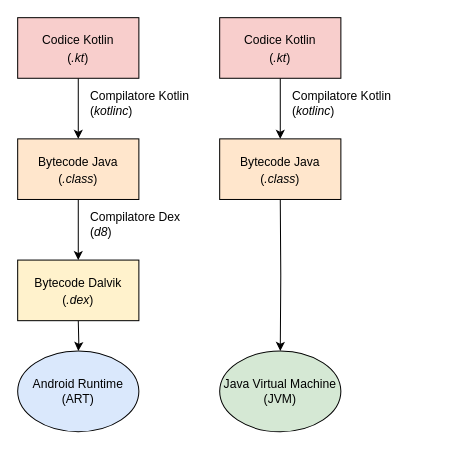
Earlier version of the draw.io diagram page "9-kotlinjvm" (5 of 19) of tesi.drawio (paganellif/tesi-paganelli). Source tidied: cells renumbered, new cells numbered last; positions are measured from the earlier drawing's top-left corner, leaving out a move shared by most shapes. Both pictures are drawn from the tidied source at 101%, with x=0, y=0 at pixel (17, 17).
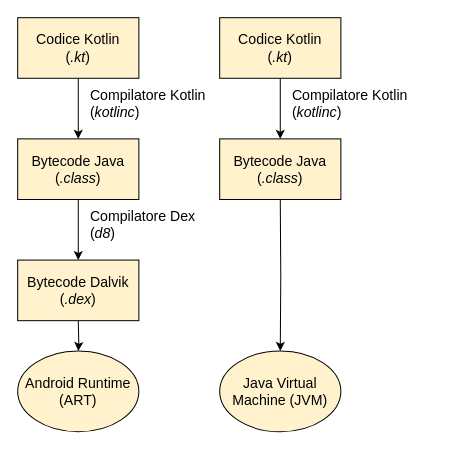
The same diagram, later.

The edit, as a diff of the source:
```diff
@@
-    <mxCell id="2" style="edgeStyle=orthogonalEdgeStyle;rounded=0;orthogonalLoop=1;jettySize=auto;html=1;strokeColor=#000000;" parent="1" edge="1">
+    <mxCell id="2" style="edgeStyle=orthogonalEdgeStyle;rounded=0;orthogonalLoop=1;jettySize=auto;html=1;strokeColor=#000000;fontSize=14;" parent="1" edge="1">
       <mxGeometry relative="1" as="geometry">
         <mxPoint x="60" y="60" as="sourcePoint" />
         <mxPoint x="60" y="120" as="targetPoint" />
       </mxGeometry>
     </mxCell>
-    <mxCell id="3" value="Compilatore Kotlin&lt;br&gt;(&lt;i&gt;kotlinc&lt;/i&gt;)" style="text;html=1;align=left;verticalAlign=middle;strokeColor=none;fillColor=none;" parent="1" vertex="1">
-      <mxGeometry x="70" y="70" width="110" height="30" as="geometry" />
+    <mxCell id="3" value="Compilatore Kotlin&lt;br style=&quot;font-size: 14px;&quot;&gt;(&lt;i style=&quot;font-size: 14px;&quot;&gt;kotlinc&lt;/i&gt;)" style="text;html=1;align=left;verticalAlign=middle;strokeColor=none;fillColor=none;fontSize=14;" parent="1" vertex="1">
+      <mxGeometry x="70" y="60" width="140" height="50" as="geometry" />
     </mxCell>
-    <mxCell id="4" style="edgeStyle=orthogonalEdgeStyle;rounded=0;orthogonalLoop=1;jettySize=auto;html=1;strokeColor=#000000;" parent="1" edge="1">
+    <mxCell id="4" style="edgeStyle=orthogonalEdgeStyle;rounded=0;orthogonalLoop=1;jettySize=auto;html=1;strokeColor=#000000;fontSize=14;" parent="1" edge="1">
       <mxGeometry relative="1" as="geometry">
         <mxPoint x="60" y="180" as="sourcePoint" />
         <mxPoint x="60" y="240" as="targetPoint" />
       </mxGeometry>
     </mxCell>
-    <mxCell id="5" style="edgeStyle=orthogonalEdgeStyle;rounded=0;jettySize=auto;html=1;strokeColor=#000000;" parent="1" edge="1" target="7">
+    <mxCell id="5" style="edgeStyle=orthogonalEdgeStyle;rounded=0;jettySize=auto;html=1;strokeColor=#000000;fontSize=14;" parent="1" edge="1" target="7">
       <mxGeometry relative="1" as="geometry">
         <mxPoint x="60" y="300" as="sourcePoint" />
       </mxGeometry>
     </mxCell>
-    <mxCell id="6" value="Compilatore Dex&lt;br&gt;(&lt;i&gt;d8&lt;/i&gt;)" style="text;html=1;align=left;verticalAlign=middle;strokeColor=none;fillColor=none;" parent="1" vertex="1">
-      <mxGeometry x="70" y="190" width="100" height="30" as="geometry" />
+    <mxCell id="6" value="Compilatore Dex&lt;br style=&quot;font-size: 14px;&quot;&gt;(&lt;i style=&quot;font-size: 14px;&quot;&gt;d8&lt;/i&gt;)" style="text;html=1;align=left;verticalAlign=middle;strokeColor=none;fillColor=none;fontSize=14;" parent="1" vertex="1">
+      <mxGeometry x="70" y="180" width="130" height="50" as="geometry" />
     </mxCell>
-    <mxCell id="7" value="Android Runtime (ART)" style="ellipse;whiteSpace=wrap;html=1;fillColor=#dae8fc;strokeColor=#000000;" parent="1" vertex="1">
+    <mxCell id="7" value="Android Runtime (ART)" style="ellipse;whiteSpace=wrap;html=1;fillColor=#FFF2CC;strokeColor=#000000;fontSize=14;" parent="1" vertex="1">
       <mxGeometry y="330" width="120" height="80" as="geometry" />
     </mxCell>
-    <mxCell id="8" style="edgeStyle=orthogonalEdgeStyle;rounded=0;orthogonalLoop=1;jettySize=auto;html=1;strokeColor=#000000;" parent="1" edge="1">
+    <mxCell id="8" style="edgeStyle=orthogonalEdgeStyle;rounded=0;orthogonalLoop=1;jettySize=auto;html=1;strokeColor=#000000;fontSize=14;" parent="1" edge="1">
       <mxGeometry relative="1" as="geometry">
         <mxPoint x="260" y="60" as="sourcePoint" />
         <mxPoint x="260" y="120" as="targetPoint" />
       </mxGeometry>
     </mxCell>
-    <mxCell id="9" style="edgeStyle=orthogonalEdgeStyle;rounded=0;jettySize=auto;html=1;strokeColor=#000000;" parent="1" edge="1" target="11">
+    <mxCell id="9" style="edgeStyle=orthogonalEdgeStyle;rounded=0;jettySize=auto;html=1;strokeColor=#000000;fontSize=14;" parent="1" edge="1" target="11">
       <mxGeometry relative="1" as="geometry">
         <mxPoint x="260" y="180" as="sourcePoint" />
       </mxGeometry>
     </mxCell>
-    <mxCell id="10" value="Compilatore Kotlin&lt;br&gt;(&lt;i&gt;kotlinc&lt;/i&gt;)" style="text;html=1;align=left;verticalAlign=middle;strokeColor=none;fillColor=none;" parent="1" vertex="1">
-      <mxGeometry x="270" y="70" width="110" height="30" as="geometry" />
+    <mxCell id="10" value="Compilatore Kotlin&lt;br style=&quot;font-size: 14px;&quot;&gt;(&lt;i style=&quot;font-size: 14px;&quot;&gt;kotlinc&lt;/i&gt;)" style="text;html=1;align=left;verticalAlign=middle;strokeColor=none;fillColor=none;fontSize=14;" parent="1" vertex="1">
+      <mxGeometry x="270" y="60" width="140" height="50" as="geometry" />
     </mxCell>
-    <mxCell id="11" value="Java Virtual Machine (JVM)" style="ellipse;whiteSpace=wrap;html=1;fillColor=#d5e8d4;strokeColor=#000000;" parent="1" vertex="1">
+    <mxCell id="11" value="Java Virtual Machine (JVM)" style="ellipse;whiteSpace=wrap;html=1;fillColor=#FFF2CC;strokeColor=#000000;fontSize=14;" parent="1" vertex="1">
       <mxGeometry x="200" y="330" width="120" height="80" as="geometry" />
     </mxCell>
-    <mxCell id="12" value="&lt;span style=&quot;font-size: 12px;&quot;&gt;Codice Kotlin&lt;/span&gt;&lt;br style=&quot;font-size: 12px;&quot;&gt;&lt;span style=&quot;font-size: 12px;&quot;&gt;(&lt;/span&gt;&lt;i style=&quot;font-size: 12px;&quot;&gt;.kt&lt;/i&gt;&lt;span style=&quot;font-size: 12px;&quot;&gt;)&lt;/span&gt;" style="rounded=0;whiteSpace=wrap;html=1;fontSize=14;strokeColor=#000000;fillColor=#f8cecc;" parent="1" vertex="1">
+    <mxCell id="12" value="&lt;span style=&quot;font-size: 14px;&quot;&gt;Codice Kotlin&lt;/span&gt;&lt;br style=&quot;font-size: 14px;&quot;&gt;&lt;span style=&quot;font-size: 14px;&quot;&gt;(&lt;/span&gt;&lt;i style=&quot;font-size: 14px;&quot;&gt;.kt&lt;/i&gt;&lt;span style=&quot;font-size: 14px;&quot;&gt;)&lt;/span&gt;" style="rounded=0;whiteSpace=wrap;html=1;fontSize=14;strokeColor=#000000;fillColor=#FFF2CC;" parent="1" vertex="1">
       <mxGeometry width="120" height="60" as="geometry" />
     </mxCell>
-    <mxCell id="13" value="&lt;span style=&quot;font-size: 12px;&quot;&gt;Bytecode Java&lt;/span&gt;&lt;br style=&quot;font-size: 12px;&quot;&gt;&lt;span style=&quot;font-size: 12px;&quot;&gt;(&lt;/span&gt;&lt;i style=&quot;font-size: 12px;&quot;&gt;.class&lt;/i&gt;&lt;span style=&quot;font-size: 12px;&quot;&gt;)&lt;/span&gt;" style="rounded=0;whiteSpace=wrap;html=1;fontSize=14;strokeColor=#000000;fillColor=#ffe6cc;" parent="1" vertex="1">
+    <mxCell id="13" value="&lt;span style=&quot;font-size: 14px;&quot;&gt;Bytecode Java&lt;/span&gt;&lt;br style=&quot;font-size: 14px;&quot;&gt;&lt;span style=&quot;font-size: 14px;&quot;&gt;(&lt;/span&gt;&lt;i style=&quot;font-size: 14px;&quot;&gt;.class&lt;/i&gt;&lt;span style=&quot;font-size: 14px;&quot;&gt;)&lt;/span&gt;" style="rounded=0;whiteSpace=wrap;html=1;fontSize=14;strokeColor=#000000;fillColor=#FFF2CC;" parent="1" vertex="1">
       <mxGeometry y="120" width="120" height="60" as="geometry" />
     </mxCell>
-    <mxCell id="14" value="&lt;span style=&quot;font-size: 12px;&quot;&gt;Bytecode Dalvik&lt;/span&gt;&lt;br style=&quot;font-size: 12px;&quot;&gt;&lt;span style=&quot;font-size: 12px;&quot;&gt;(&lt;/span&gt;&lt;i style=&quot;font-size: 12px;&quot;&gt;.dex&lt;/i&gt;&lt;span style=&quot;font-size: 12px;&quot;&gt;)&lt;/span&gt;" style="rounded=0;whiteSpace=wrap;html=1;fontSize=14;strokeColor=#000000;fillColor=#fff2cc;" parent="1" vertex="1">
+    <mxCell id="14" value="&lt;span style=&quot;font-size: 14px;&quot;&gt;Bytecode Dalvik&lt;/span&gt;&lt;br style=&quot;font-size: 14px;&quot;&gt;&lt;span style=&quot;font-size: 14px;&quot;&gt;(&lt;/span&gt;&lt;i style=&quot;font-size: 14px;&quot;&gt;.dex&lt;/i&gt;&lt;span style=&quot;font-size: 14px;&quot;&gt;)&lt;/span&gt;" style="rounded=0;whiteSpace=wrap;html=1;fontSize=14;strokeColor=#000000;fillColor=#FFF2CC;" parent="1" vertex="1">
       <mxGeometry y="240" width="120" height="60" as="geometry" />
     </mxCell>
-    <mxCell id="15" value="&lt;span style=&quot;font-size: 12px;&quot;&gt;Bytecode Java&lt;/span&gt;&lt;br style=&quot;font-size: 12px;&quot;&gt;&lt;span style=&quot;font-size: 12px;&quot;&gt;(&lt;/span&gt;&lt;i style=&quot;font-size: 12px;&quot;&gt;.class&lt;/i&gt;&lt;span style=&quot;font-size: 12px;&quot;&gt;)&lt;/span&gt;" style="rounded=0;whiteSpace=wrap;html=1;fontSize=14;strokeColor=#000000;fillColor=#ffe6cc;" parent="1" vertex="1">
+    <mxCell id="15" value="&lt;span style=&quot;font-size: 14px;&quot;&gt;Bytecode Java&lt;/span&gt;&lt;br style=&quot;font-size: 14px;&quot;&gt;&lt;span style=&quot;font-size: 14px;&quot;&gt;(&lt;/span&gt;&lt;i style=&quot;font-size: 14px;&quot;&gt;.class&lt;/i&gt;&lt;span style=&quot;font-size: 14px;&quot;&gt;)&lt;/span&gt;" style="rounded=0;whiteSpace=wrap;html=1;fontSize=14;strokeColor=#000000;fillColor=#FFF2CC;" parent="1" vertex="1">
       <mxGeometry x="200" y="120" width="120" height="60" as="geometry" />
     </mxCell>
-    <mxCell id="16" value="&lt;span style=&quot;font-size: 12px;&quot;&gt;Codice Kotlin&lt;/span&gt;&lt;br style=&quot;font-size: 12px;&quot;&gt;&lt;span style=&quot;font-size: 12px;&quot;&gt;(&lt;/span&gt;&lt;i style=&quot;font-size: 12px;&quot;&gt;.kt&lt;/i&gt;&lt;span style=&quot;font-size: 12px;&quot;&gt;)&lt;/span&gt;" style="rounded=0;whiteSpace=wrap;html=1;fontSize=14;strokeColor=#000000;fillColor=#f8cecc;" parent="1" vertex="1">
+    <mxCell id="16" value="&lt;span style=&quot;font-size: 14px;&quot;&gt;Codice Kotlin&lt;/span&gt;&lt;br style=&quot;font-size: 14px;&quot;&gt;&lt;span style=&quot;font-size: 14px;&quot;&gt;(&lt;/span&gt;&lt;i style=&quot;font-size: 14px;&quot;&gt;.kt&lt;/i&gt;&lt;span style=&quot;font-size: 14px;&quot;&gt;)&lt;/span&gt;" style="rounded=0;whiteSpace=wrap;html=1;fontSize=14;strokeColor=#000000;fillColor=#FFF2CC;" parent="1" vertex="1">
       <mxGeometry x="200" width="120" height="60" as="geometry" />
     </mxCell>
```
